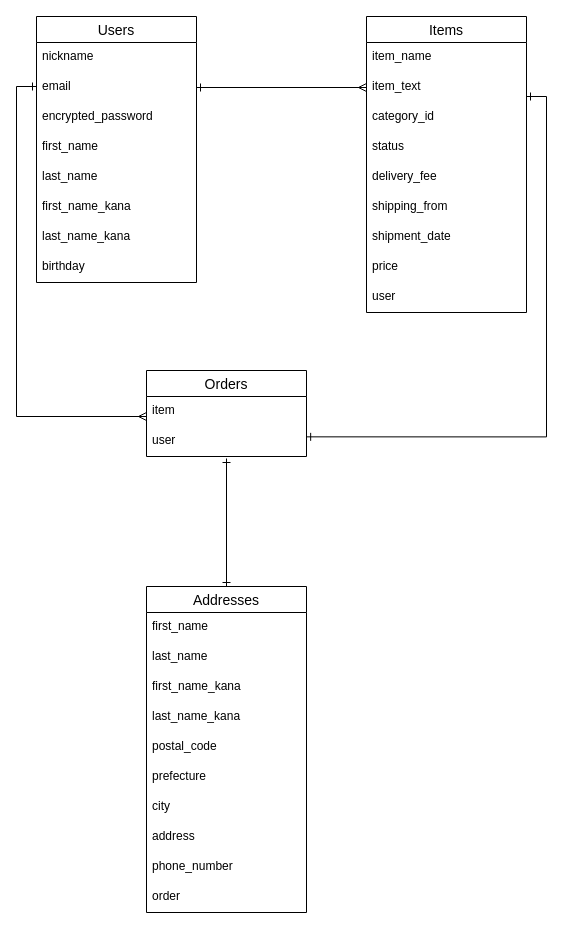
tKeitttt/furima-34165 keeps this draw.io diagram as er.dio. Above is the earlier version. Source tidied: cells renumbered, new cells numbered last; positions are measured from the earlier drawing's top-left corner, leaving out a move shared by most shapes. Both pictures are drawn from the tidied source at 100%, with x=0, y=0 at pixel (16, 16).
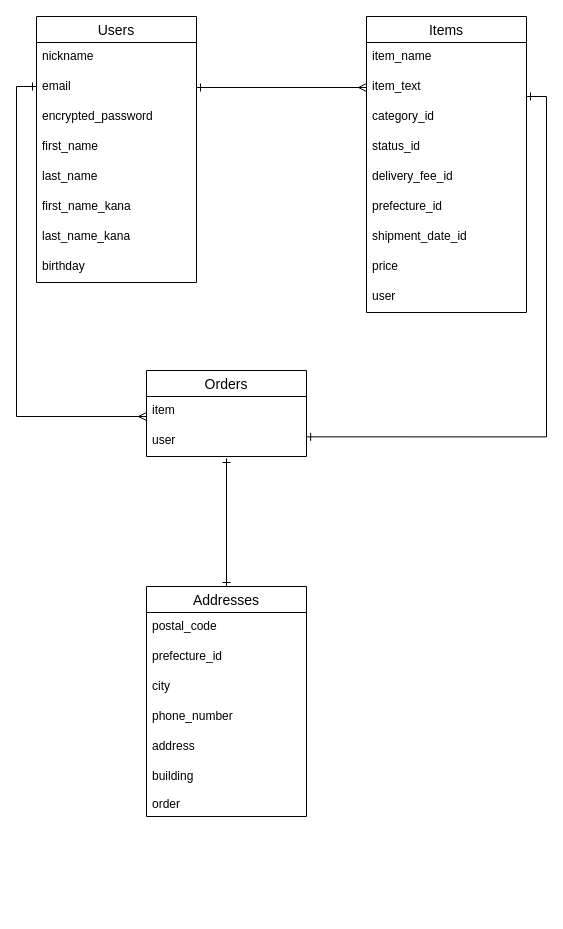
The same diagram, later.

Commit message (it also covers changes not shown here):
コードレビューコメント修正2回目

The change refers to these unchanged cells:
```xml
<mxCell id="11" value="Items" style="swimlane;fontStyle=0;horizontal=1;startSize=26;align=center;fontSize=14;" parent="1" vertex="1">
  <mxGeometry x="350" width="160" height="296" as="geometry" />
</mxCell>
```

The edit, as a diff of the source:
```diff
@@
-    <mxCell id="15" value="status" style="text;strokeColor=none;fillColor=none;spacingLeft=4;spacingRight=4;overflow=hidden;fontSize=12;" parent="11" vertex="1">
+    <mxCell id="15" value="status_id" style="text;strokeColor=none;fillColor=none;spacingLeft=4;spacingRight=4;overflow=hidden;fontSize=12;" parent="11" vertex="1">
       <mxGeometry y="116" width="160" height="30" as="geometry" />
     </mxCell>
-    <mxCell id="16" value="delivery_fee" style="text;strokeColor=none;fillColor=none;spacingLeft=4;spacingRight=4;overflow=hidden;fontSize=12;" parent="11" vertex="1">
+    <mxCell id="16" value="delivery_fee_id" style="text;strokeColor=none;fillColor=none;spacingLeft=4;spacingRight=4;overflow=hidden;fontSize=12;" parent="11" vertex="1">
       <mxGeometry y="146" width="160" height="30" as="geometry" />
     </mxCell>
-    <mxCell id="17" value="shipping_from" style="text;strokeColor=none;fillColor=none;spacingLeft=4;spacingRight=4;overflow=hidden;fontSize=12;" parent="11" vertex="1">
+    <mxCell id="17" value="prefecture_id" style="text;strokeColor=none;fillColor=none;spacingLeft=4;spacingRight=4;overflow=hidden;fontSize=12;" parent="11" vertex="1">
       <mxGeometry y="176" width="160" height="30" as="geometry" />
     </mxCell>
-    <mxCell id="18" value="shipment_date" style="text;strokeColor=none;fillColor=none;spacingLeft=4;spacingRight=4;overflow=hidden;fontSize=12;" parent="11" vertex="1">
+    <mxCell id="18" value="shipment_date_id" style="text;strokeColor=none;fillColor=none;spacingLeft=4;spacingRight=4;overflow=hidden;fontSize=12;" parent="11" vertex="1">
       <mxGeometry y="206" width="160" height="30" as="geometry" />
     </mxCell>
@@
     <mxCell id="21" value="Addresses" style="swimlane;fontStyle=0;horizontal=1;startSize=26;align=center;fontSize=14;" parent="1" vertex="1">
-      <mxGeometry x="130" y="570" width="160" height="326" as="geometry" />
+      <mxGeometry x="130" y="570" width="160" height="230" as="geometry" />
     </mxCell>
-    <mxCell id="22" value="first_name" style="text;strokeColor=none;fillColor=none;spacingLeft=4;spacingRight=4;overflow=hidden;fontSize=12;" parent="21" vertex="1">
-      <mxGeometry y="26" width="160" height="30" as="geometry" />
-    </mxCell>
-    <mxCell id="23" value="last_name" style="text;strokeColor=none;fillColor=none;spacingLeft=4;spacingRight=4;overflow=hidden;fontSize=12;" parent="21" vertex="1">
-      <mxGeometry y="56" width="160" height="30" as="geometry" />
-    </mxCell>
-    <mxCell id="24" value="first_name_kana" style="text;strokeColor=none;fillColor=none;spacingLeft=4;spacingRight=4;overflow=hidden;fontSize=12;" parent="21" vertex="1">
-      <mxGeometry y="86" width="160" height="30" as="geometry" />
-    </mxCell>
-    <mxCell id="25" value="last_name_kana" style="text;strokeColor=none;fillColor=none;spacingLeft=4;spacingRight=4;overflow=hidden;fontSize=12;" parent="21" vertex="1">
-      <mxGeometry y="116" width="160" height="30" as="geometry" />
-    </mxCell>
     <mxCell id="26" value="postal_code" style="text;strokeColor=none;fillColor=none;spacingLeft=4;spacingRight=4;overflow=hidden;fontSize=12;" parent="21" vertex="1">
-      <mxGeometry y="146" width="160" height="30" as="geometry" />
+      <mxGeometry y="26" width="160" height="30" as="geometry" />
     </mxCell>
-    <mxCell id="27" value="prefecture" style="text;strokeColor=none;fillColor=none;spacingLeft=4;spacingRight=4;overflow=hidden;fontSize=12;" parent="21" vertex="1">
-      <mxGeometry y="176" width="160" height="30" as="geometry" />
+    <mxCell id="27" value="prefecture_id" style="text;strokeColor=none;fillColor=none;spacingLeft=4;spacingRight=4;overflow=hidden;fontSize=12;" parent="21" vertex="1">
+      <mxGeometry y="56" width="160" height="30" as="geometry" />
     </mxCell>
     <mxCell id="28" value="city" style="text;strokeColor=none;fillColor=none;spacingLeft=4;spacingRight=4;overflow=hidden;fontSize=12;" parent="21" vertex="1">
-      <mxGeometry y="206" width="160" height="30" as="geometry" />
+      <mxGeometry y="86" width="160" height="30" as="geometry" />
     </mxCell>
+    <mxCell id="30" value="phone_number" style="text;strokeColor=none;fillColor=none;spacingLeft=4;spacingRight=4;overflow=hidden;fontSize=12;" parent="21" vertex="1">
+      <mxGeometry y="116" width="160" height="30" as="geometry" />
+    </mxCell>
     <mxCell id="29" value="address" style="text;strokeColor=none;fillColor=none;spacingLeft=4;spacingRight=4;overflow=hidden;fontSize=12;" parent="21" vertex="1">
-      <mxGeometry y="236" width="160" height="30" as="geometry" />
+      <mxGeometry y="146" width="160" height="30" as="geometry" />
     </mxCell>
-    <mxCell id="30" value="phone_number" style="text;strokeColor=none;fillColor=none;spacingLeft=4;spacingRight=4;overflow=hidden;fontSize=12;" parent="21" vertex="1">
-      <mxGeometry y="266" width="160" height="30" as="geometry" />
-    </mxCell>
-    <mxCell id="31" value="order" style="text;strokeColor=none;fillColor=none;spacingLeft=4;spacingRight=4;overflow=hidden;fontSize=12;" parent="21" vertex="1">
-      <mxGeometry y="296" width="160" height="30" as="geometry" />
+    <mxCell id="31" value="building&#10;&#10;order" style="text;strokeColor=none;fillColor=none;spacingLeft=4;spacingRight=4;overflow=hidden;fontSize=12;" parent="21" vertex="1">
+      <mxGeometry y="176" width="160" height="54" as="geometry" />
     </mxCell>
```
